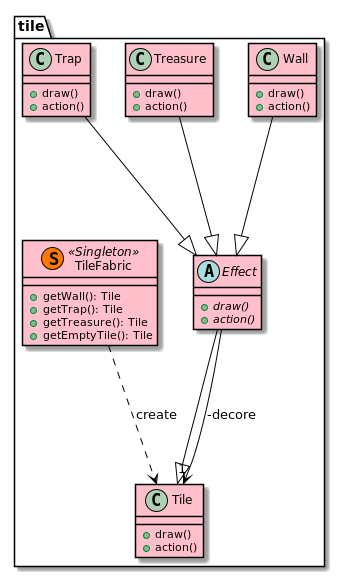
Earlier version of the PlantUML export doc/first_sprint/diagrams/class/tiles.png (Reynault/ACL_2019_Zelpop).
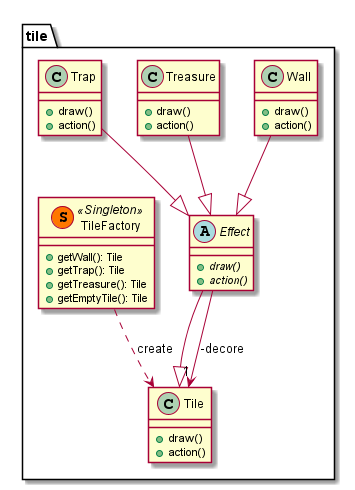
The same file after the commit.

Diff of the diagram source:
```diff
@@ -1,11 +1,4 @@
 @startuml
-
-skinparam class {
-	BackgroundColor #FFC0CB
-	ArrowColor Black
-	BorderColor Black
-}
-
 package tile{
 
     class Tile{
@@ -33,7 +26,7 @@
         + {abstract} action()
     }
 
-    class TileFabric << (S,#FF7700) Singleton >>{
+    class TileFactory << (S,#FF7700) Singleton >>{
         + getWall(): Tile
         + getTrap(): Tile
         + getTreasure(): Tile
@@ -48,6 +41,6 @@
 Trap --|> Effect
 Treasure --|> Effect
 
-TileFabric ..> Tile : create
+TileFactory ..> Tile : create
 
 @enduml
```
